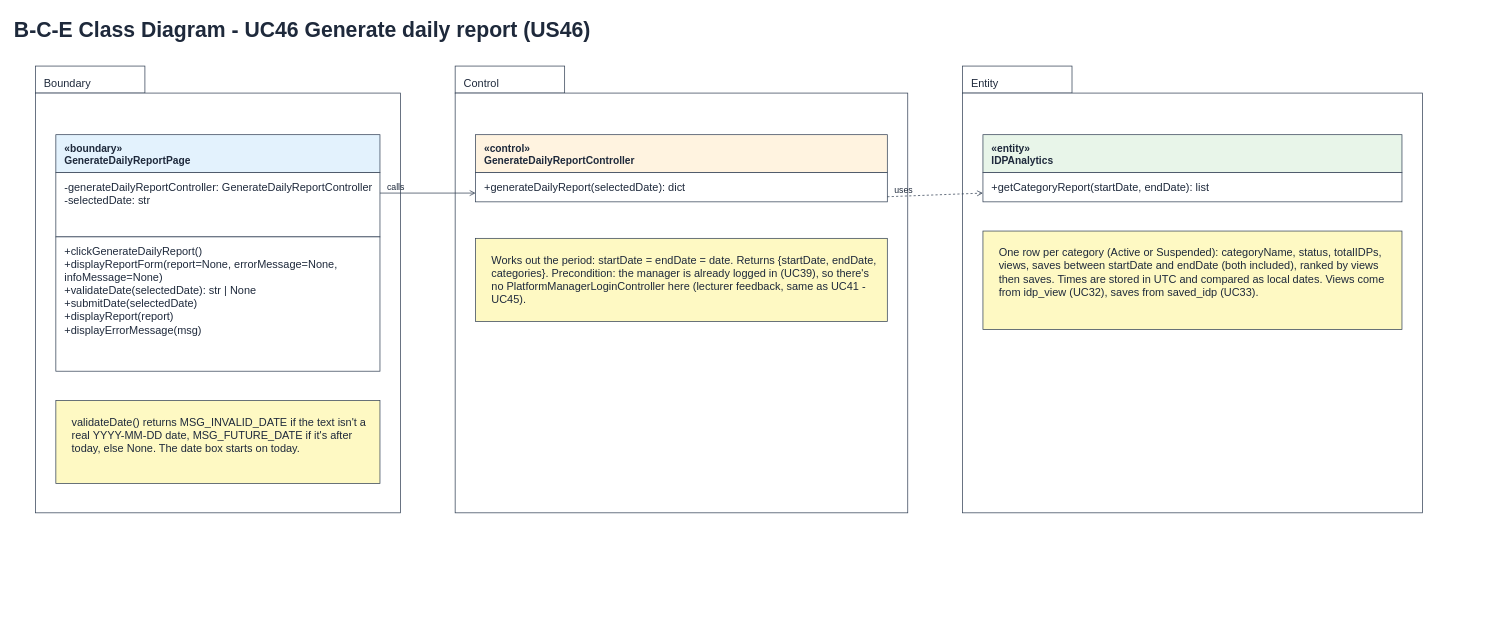
Hanzxc/CSIT314-ARCHSS keeps this draw.io diagram as page "5 BCE Class Diagram" (6 of 7) of Sprint_5/US46 - Generate Daily Report/US46 Generate daily report.drawio. Above is the earlier version. Source tidied: cells renumbered, new cells numbered last; positions are measured from the earlier drawing's top-left corner, leaving out a move shared by most shapes. Both pictures are drawn from the tidied source at 73%, with x=0, y=0 at pixel (12, 12).
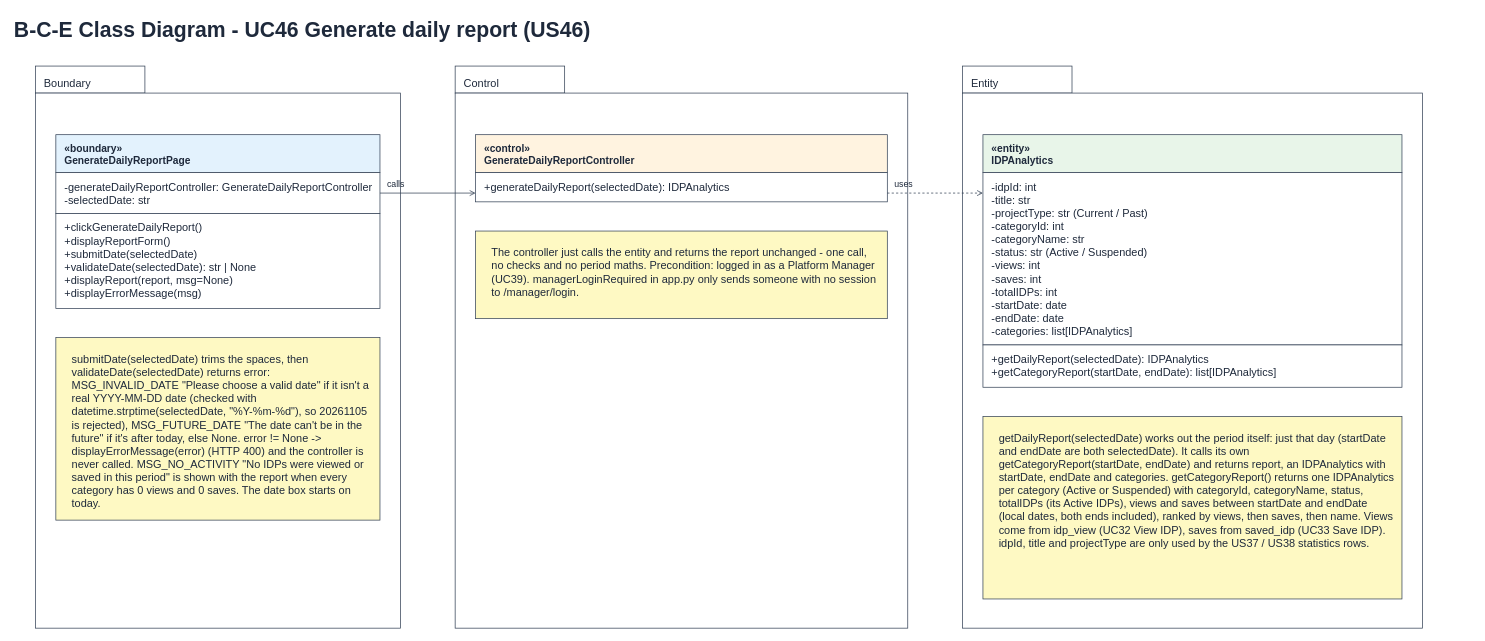
The same diagram, later.

What changed in the source:
```diff
@@
     <mxCell id="3" style="rounded=0;whiteSpace=wrap;html=1;fillColor=#ffffff;strokeColor=#334155;align=left;verticalAlign=top;spacingLeft=10;spacingTop=4;fontSize=15;fontColor=#1e293b;" parent="1" vertex="1">
-      <mxGeometry x="1301" y="110" width="630" height="575" as="geometry" />
+      <mxGeometry x="1301" y="110" width="630" height="733" as="geometry" />
     </mxCell>
@@
     <mxCell id="5" style="rounded=0;whiteSpace=wrap;html=1;fillColor=#ffffff;strokeColor=#334155;align=left;verticalAlign=top;spacingLeft=10;spacingTop=4;fontSize=15;fontColor=#1e293b;" parent="1" vertex="1">
-      <mxGeometry x="606" y="110" width="620" height="575" as="geometry" />
+      <mxGeometry x="606" y="110" width="620" height="733" as="geometry" />
     </mxCell>
@@
     <mxCell id="7" style="rounded=0;whiteSpace=wrap;html=1;fillColor=#ffffff;strokeColor=#334155;align=left;verticalAlign=top;spacingLeft=10;spacingTop=4;fontSize=15;fontColor=#1e293b;" parent="1" vertex="1">
-      <mxGeometry x="31" y="110" width="500" height="575" as="geometry" />
+      <mxGeometry x="31" y="110" width="500" height="733" as="geometry" />
     </mxCell>
@@
     <mxCell id="10" value="-generateDailyReportController: GenerateDailyReportController&lt;br&gt;-selectedDate: str" style="rounded=0;whiteSpace=wrap;html=1;fillColor=#ffffff;strokeColor=#334155;align=left;verticalAlign=top;spacingLeft=10;spacingTop=4;fontSize=15;fontColor=#1e293b;" parent="1" vertex="1">
-      <mxGeometry x="59" y="219" width="444" height="88" as="geometry" />
+      <mxGeometry x="59" y="219" width="444" height="56" as="geometry" />
     </mxCell>
-    <mxCell id="11" value="+clickGenerateDailyReport()&lt;br&gt;+displayReportForm(report=None, errorMessage=None, infoMessage=None)&lt;br&gt;+validateDate(selectedDate): str | None&lt;br&gt;+submitDate(selectedDate)&lt;br&gt;+displayReport(report)&lt;br&gt;+displayErrorMessage(msg)" style="rounded=0;whiteSpace=wrap;html=1;fillColor=#ffffff;strokeColor=#334155;align=left;verticalAlign=top;spacingLeft=10;spacingTop=4;fontSize=15;fontColor=#1e293b;" parent="1" vertex="1">
-      <mxGeometry x="59" y="307" width="444" height="184" as="geometry" />
+    <mxCell id="11" value="+clickGenerateDailyReport()&lt;br&gt;+displayReportForm()&lt;br&gt;+submitDate(selectedDate)&lt;br&gt;+validateDate(selectedDate): str | None&lt;br&gt;+displayReport(report, msg=None)&lt;br&gt;+displayErrorMessage(msg)" style="rounded=0;whiteSpace=wrap;html=1;fillColor=#ffffff;strokeColor=#334155;align=left;verticalAlign=top;spacingLeft=10;spacingTop=4;fontSize=15;fontColor=#1e293b;" parent="1" vertex="1">
+      <mxGeometry x="59" y="275" width="444" height="130" as="geometry" />
     </mxCell>
-    <mxCell id="12" value="validateDate() returns MSG_INVALID_DATE if the text isn't a real YYYY-MM-DD date, MSG_FUTURE_DATE if it's after today, else None. The date box starts on today." style="rounded=0;whiteSpace=wrap;html=1;fillColor=#fef9c3;strokeColor=#334155;align=left;verticalAlign=top;spacingLeft=10;spacingTop=4;fontSize=15;fontColor=#1e293b;whiteSpace=wrap;spacing=12;" parent="1" vertex="1">
-      <mxGeometry x="59" y="531" width="444" height="114" as="geometry" />
+    <mxCell id="12" value="submitDate(selectedDate) trims the spaces, then validateDate(selectedDate) returns error: MSG_INVALID_DATE &quot;Please choose a valid date&quot; if it isn't a real YYYY-MM-DD date (checked with datetime.strptime(selectedDate, &quot;%Y-%m-%d&quot;), so 20261105 is rejected), MSG_FUTURE_DATE &quot;The date can't be in the future&quot; if it's after today, else None. error != None -&amp;gt; displayErrorMessage(error) (HTTP 400) and the controller is never called. MSG_NO_ACTIVITY &quot;No IDPs were viewed or saved in this period&quot; is shown with the report when every category has 0 views and 0 saves. The date box starts on today." style="rounded=0;whiteSpace=wrap;html=1;fillColor=#fef9c3;strokeColor=#334155;align=left;verticalAlign=top;spacingLeft=10;spacingTop=4;fontSize=15;fontColor=#1e293b;whiteSpace=wrap;spacing=12;" parent="1" vertex="1">
+      <mxGeometry x="59" y="445" width="444" height="250" as="geometry" />
     </mxCell>
@@
-    <mxCell id="14" value="+generateDailyReport(selectedDate): dict" style="rounded=0;whiteSpace=wrap;html=1;fillColor=#ffffff;strokeColor=#334155;align=left;verticalAlign=top;spacingLeft=10;spacingTop=4;fontSize=15;fontColor=#1e293b;" parent="1" vertex="1">
+    <mxCell id="14" value="+generateDailyReport(selectedDate): IDPAnalytics" style="rounded=0;whiteSpace=wrap;html=1;fillColor=#ffffff;strokeColor=#334155;align=left;verticalAlign=top;spacingLeft=10;spacingTop=4;fontSize=15;fontColor=#1e293b;" parent="1" vertex="1">
       <mxGeometry x="634" y="219" width="564" height="40" as="geometry" />
     </mxCell>
-    <mxCell id="15" value="Works out the period: startDate = endDate = date. Returns {startDate, endDate, categories}. Precondition: the manager is already logged in (UC39), so there's no PlatformManagerLoginController here (lecturer feedback, same as UC41 - UC45)." style="rounded=0;whiteSpace=wrap;html=1;fillColor=#fef9c3;strokeColor=#334155;align=left;verticalAlign=top;spacingLeft=10;spacingTop=4;fontSize=15;fontColor=#1e293b;whiteSpace=wrap;spacing=12;" parent="1" vertex="1">
-      <mxGeometry x="634" y="309" width="564" height="114" as="geometry" />
+    <mxCell id="15" value="The controller just calls the entity and returns the report unchanged - one call, no checks and no period maths. Precondition: logged in as a Platform Manager (UC39). managerLoginRequired in app.py only sends someone with no session to /manager/login." style="rounded=0;whiteSpace=wrap;html=1;fillColor=#fef9c3;strokeColor=#334155;align=left;verticalAlign=top;spacingLeft=10;spacingTop=4;fontSize=15;fontColor=#1e293b;whiteSpace=wrap;spacing=12;" parent="1" vertex="1">
+      <mxGeometry x="634" y="299" width="564" height="120" as="geometry" />
     </mxCell>
@@
-    <mxCell id="17" value="+getCategoryReport(startDate, endDate): list" style="rounded=0;whiteSpace=wrap;html=1;fillColor=#ffffff;strokeColor=#334155;align=left;verticalAlign=top;spacingLeft=10;spacingTop=4;fontSize=15;fontColor=#1e293b;" parent="1" vertex="1">
-      <mxGeometry x="1329" y="219" width="574" height="40" as="geometry" />
+    <mxCell id="17" value="-idpId: int&lt;br&gt;-title: str&lt;br&gt;-projectType: str (Current / Past)&lt;br&gt;-categoryId: int&lt;br&gt;-categoryName: str&lt;br&gt;-status: str (Active / Suspended)&lt;br&gt;-views: int&lt;br&gt;-saves: int&lt;br&gt;-totalIDPs: int&lt;br&gt;-startDate: date&lt;br&gt;-endDate: date&lt;br&gt;-categories: list[IDPAnalytics]" style="rounded=0;whiteSpace=wrap;html=1;fillColor=#ffffff;strokeColor=#334155;align=left;verticalAlign=top;spacingLeft=10;spacingTop=4;fontSize=15;fontColor=#1e293b;" parent="1" vertex="1">
+      <mxGeometry x="1329" y="219" width="574" height="236" as="geometry" />
     </mxCell>
+    <mxCell id="23" value="+getDailyReport(selectedDate): IDPAnalytics&lt;br&gt;+getCategoryReport(startDate, endDate): list[IDPAnalytics]" style="rounded=0;whiteSpace=wrap;html=1;fillColor=#ffffff;strokeColor=#334155;align=left;verticalAlign=top;spacingLeft=10;spacingTop=4;fontSize=15;fontColor=#1e293b;" parent="1" vertex="1">
+      <mxGeometry x="1329" y="455" width="574" height="58" as="geometry" />
+    </mxCell>
-    <mxCell id="18" value="One row per category (Active or Suspended): categoryName, status, totalIDPs, views, saves between startDate and endDate (both included), ranked by views then saves. Times are stored in UTC and compared as local dates. Views come from idp_view (UC32), saves from saved_idp (UC33)." style="rounded=0;whiteSpace=wrap;html=1;fillColor=#fef9c3;strokeColor=#334155;align=left;verticalAlign=top;spacingLeft=10;spacingTop=4;fontSize=15;fontColor=#1e293b;whiteSpace=wrap;spacing=12;" parent="1" vertex="1">
-      <mxGeometry x="1329" y="299" width="574" height="135" as="geometry" />
+    <mxCell id="18" value="getDailyReport(selectedDate) works out the period itself: just that day (startDate and endDate are both selectedDate). It calls its own getCategoryReport(startDate, endDate) and returns report, an IDPAnalytics with startDate, endDate and categories. getCategoryReport() returns one IDPAnalytics per category (Active or Suspended) with categoryId, categoryName, status, totalIDPs (its Active IDPs), views and saves between startDate and endDate (local dates, both ends included), ranked by views, then saves, then name. Views come from idp_view (UC32 View IDP), saves from saved_idp (UC33 Save IDP). idpId, title and projectType are only used by the US37 / US38 statistics rows." style="rounded=0;whiteSpace=wrap;html=1;fillColor=#fef9c3;strokeColor=#334155;align=left;verticalAlign=top;spacingLeft=10;spacingTop=4;fontSize=15;fontColor=#1e293b;whiteSpace=wrap;spacing=12;" parent="1" vertex="1">
+      <mxGeometry x="1329" y="553" width="574" height="250" as="geometry" />
     </mxCell>
@@
     <mxCell id="20" value="calls" style="text;html=1;whiteSpace=wrap;align=left;verticalAlign=top;fontSize=12;fontStyle=0;fontColor=#1e293b;fontFamily=Helvetica;" parent="1" vertex="1">
-      <mxGeometry x="511" y="225" width="60" height="20" as="geometry" />
+      <mxGeometry x="511" y="221" width="60" height="20" as="geometry" />
     </mxCell>
     <mxCell id="21" style="endArrow=open;endFill=0;html=1;rounded=0;strokeColor=#334155;dashed=1;" parent="1" edge="1">
       <mxGeometry relative="1" as="geometry">
-        <mxPoint x="1198" y="252" as="sourcePoint" />
+        <mxPoint x="1198" y="247" as="sourcePoint" />
         <mxPoint x="1329" y="247" as="targetPoint" />
       </mxGeometry>
     </mxCell>
     <mxCell id="22" value="uses" style="text;html=1;whiteSpace=wrap;align=left;verticalAlign=top;fontSize=12;fontStyle=0;fontColor=#1e293b;fontFamily=Helvetica;" parent="1" vertex="1">
-      <mxGeometry x="1206" y="229" width="90" height="20" as="geometry" />
+      <mxGeometry x="1206" y="221" width="90" height="20" as="geometry" />
     </mxCell>
```
